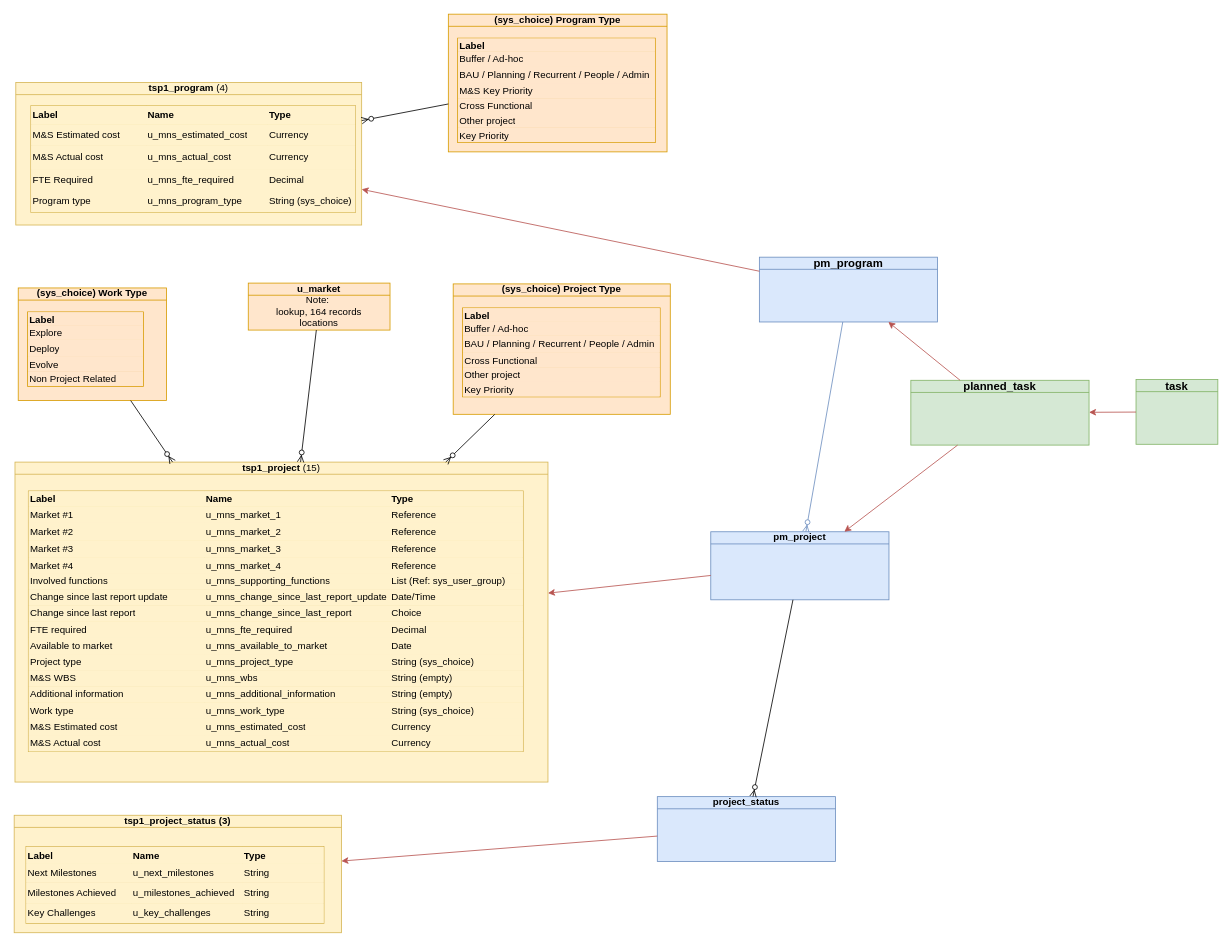
Earlier version of the draw.io diagram page "customColumns" (5 of 13) of JTI.drawio (algimas/tmp). Source tidied: cells renumbered, new cells numbered last; positions are measured from the earlier drawing's top-left corner, leaving out a move shared by most shapes. Both pictures are drawn from the tidied source at 81%, with x=0, y=0 at pixel (14, 14).
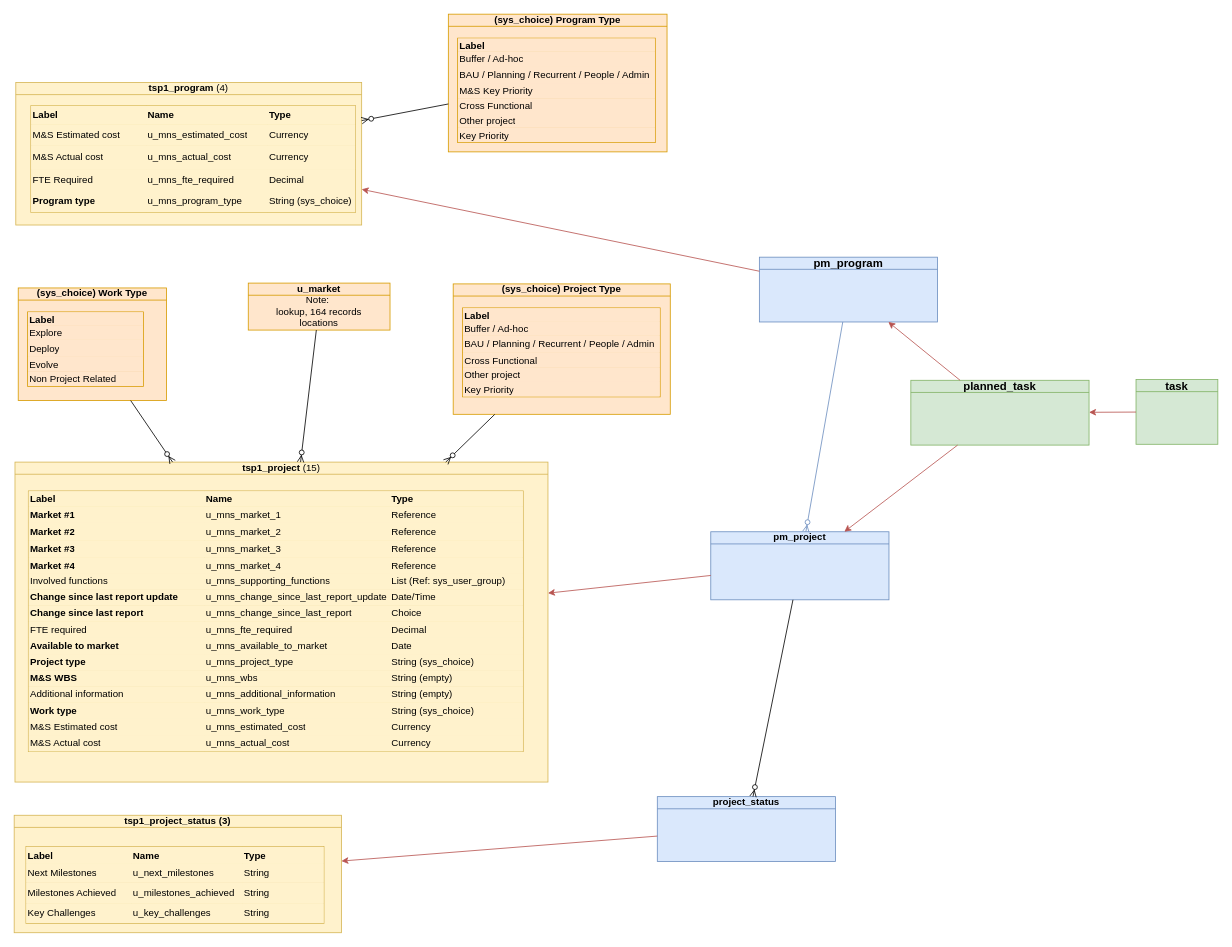
The same page after the edit.

Unchanged cells that the change refers to:
```xml
<mxCell id="23" style="shape=tableRow;horizontal=0;startSize=0;swimlaneHead=0;swimlaneBody=0;top=0;left=0;bottom=0;right=0;fillColor=#fff2cc;strokeColor=#d6b656;" parent="18" vertex="1">
  <mxGeometry y="19" width="610" height="19" as="geometry" />
</mxCell>
<mxCell id="27" style="shape=tableRow;horizontal=0;startSize=0;swimlaneHead=0;swimlaneBody=0;top=0;left=0;bottom=0;right=0;fillColor=#fff2cc;strokeColor=#d6b656;" parent="18" vertex="1">
  <mxGeometry y="38" width="610" height="23" as="geometry" />
</mxCell>
<mxCell id="31" style="shape=tableRow;horizontal=0;startSize=0;swimlaneHead=0;swimlaneBody=0;top=0;left=0;bottom=0;right=0;fillColor=#fff2cc;strokeColor=#d6b656;" parent="18" vertex="1">
  <mxGeometry y="61" width="610" height="21" as="geometry" />
</mxCell>
<mxCell id="35" style="shape=tableRow;horizontal=0;startSize=0;swimlaneHead=0;swimlaneBody=0;top=0;left=0;bottom=0;right=0;fillColor=#fff2cc;strokeColor=#d6b656;" parent="18" vertex="1">
  <mxGeometry y="82" width="610" height="19" as="geometry" />
</mxCell>
<mxCell id="43" style="shape=tableRow;horizontal=0;startSize=0;swimlaneHead=0;swimlaneBody=0;top=0;left=0;bottom=0;right=0;fillColor=#fff2cc;strokeColor=#d6b656;" parent="18" vertex="1">
  <mxGeometry y="121" width="610" height="20" as="geometry" />
</mxCell>
<mxCell id="47" style="shape=tableRow;horizontal=0;startSize=0;swimlaneHead=0;swimlaneBody=0;top=0;left=0;bottom=0;right=0;fillColor=#fff2cc;strokeColor=#d6b656;" parent="18" vertex="1">
  <mxGeometry y="141" width="610" height="20" as="geometry" />
</mxCell>
<mxCell id="55" style="shape=tableRow;horizontal=0;startSize=0;swimlaneHead=0;swimlaneBody=0;top=0;left=0;bottom=0;right=0;fillColor=#fff2cc;strokeColor=#d6b656;" parent="18" vertex="1">
  <mxGeometry y="181" width="610" height="20" as="geometry" />
</mxCell>
<mxCell id="59" style="shape=tableRow;horizontal=0;startSize=0;swimlaneHead=0;swimlaneBody=0;top=0;left=0;bottom=0;right=0;fillColor=#fff2cc;strokeColor=#d6b656;" parent="18" vertex="1">
  <mxGeometry y="201" width="610" height="20" as="geometry" />
</mxCell>
<mxCell id="63" style="shape=tableRow;horizontal=0;startSize=0;swimlaneHead=0;swimlaneBody=0;top=0;left=0;bottom=0;right=0;fillColor=#fff2cc;strokeColor=#d6b656;" parent="18" vertex="1">
  <mxGeometry y="221" width="610" height="20" as="geometry" />
</mxCell>
<mxCell id="71" style="shape=tableRow;horizontal=0;startSize=0;swimlaneHead=0;swimlaneBody=0;top=0;left=0;bottom=0;right=0;fillColor=#fff2cc;strokeColor=#d6b656;" parent="18" vertex="1">
  <mxGeometry y="261" width="610" height="20" as="geometry" />
</mxCell>
<mxCell id="100" style="shape=tableRow;horizontal=0;startSize=0;swimlaneHead=0;swimlaneBody=0;top=0;left=0;bottom=0;right=0;fillColor=#fff2cc;strokeColor=#d6b656;" parent="83" vertex="1">
  <mxGeometry y="105" width="400" height="26" as="geometry" />
</mxCell>
```

Change to the diagram source:
```diff
@@
-    <mxCell id="24" value="Market #1" style="shape=partialRectangle;html=1;whiteSpace=wrap;fillColor=#fff2cc;top=0;left=0;bottom=0;right=0;overflow=hidden;strokeColor=#d6b656;align=left;" parent="23" vertex="1">
+    <mxCell id="24" value="Market #1" style="shape=partialRectangle;html=1;whiteSpace=wrap;fillColor=#fff2cc;top=0;left=0;bottom=0;right=0;overflow=hidden;strokeColor=#d6b656;align=left;fontStyle=1;" parent="23" vertex="1">
       <mxGeometry width="217" height="19" as="geometry" />
     </mxCell>
@@
-    <mxCell id="28" value="Market #2" style="shape=partialRectangle;html=1;whiteSpace=wrap;fillColor=#fff2cc;top=0;left=0;bottom=0;right=0;overflow=hidden;strokeColor=#d6b656;align=left;" parent="27" vertex="1">
+    <mxCell id="28" value="Market #2" style="shape=partialRectangle;html=1;whiteSpace=wrap;fillColor=#fff2cc;top=0;left=0;bottom=0;right=0;overflow=hidden;strokeColor=#d6b656;align=left;fontStyle=1;" parent="27" vertex="1">
       <mxGeometry width="217" height="23" as="geometry" />
     </mxCell>
@@
-    <mxCell id="32" value="Market #3" style="shape=partialRectangle;html=1;whiteSpace=wrap;fillColor=#fff2cc;top=0;left=0;bottom=0;right=0;overflow=hidden;strokeColor=#d6b656;align=left;" parent="31" vertex="1">
+    <mxCell id="32" value="Market #3" style="shape=partialRectangle;html=1;whiteSpace=wrap;fillColor=#fff2cc;top=0;left=0;bottom=0;right=0;overflow=hidden;strokeColor=#d6b656;align=left;fontStyle=1;" parent="31" vertex="1">
       <mxGeometry width="217" height="21" as="geometry" />
     </mxCell>
@@
-    <mxCell id="36" value="Market #4" style="shape=partialRectangle;html=1;whiteSpace=wrap;fillColor=#fff2cc;top=0;left=0;bottom=0;right=0;overflow=hidden;strokeColor=#d6b656;align=left;" parent="35" vertex="1">
+    <mxCell id="36" value="Market #4" style="shape=partialRectangle;html=1;whiteSpace=wrap;fillColor=#fff2cc;top=0;left=0;bottom=0;right=0;overflow=hidden;strokeColor=#d6b656;align=left;fontStyle=1;" parent="35" vertex="1">
       <mxGeometry width="217" height="19" as="geometry" />
     </mxCell>
@@
-    <mxCell id="44" value="Change since last report update&lt;span style=&quot;white-space:pre&quot; class=&quot;Apple-tab-span&quot;&gt;&#9;&lt;/span&gt;" style="shape=partialRectangle;html=1;whiteSpace=wrap;fillColor=#fff2cc;top=0;left=0;bottom=0;right=0;overflow=hidden;strokeColor=#d6b656;align=left;" parent="43" vertex="1">
+    <mxCell id="44" value="Change since last report update&lt;span class=&quot;Apple-tab-span&quot; style=&quot;white-space:pre&quot;&gt;&#9;&lt;/span&gt;" style="shape=partialRectangle;html=1;whiteSpace=wrap;fillColor=#fff2cc;top=0;left=0;bottom=0;right=0;overflow=hidden;strokeColor=#d6b656;align=left;fontStyle=1;" parent="43" vertex="1">
       <mxGeometry width="217" height="20" as="geometry" />
     </mxCell>
@@
-    <mxCell id="48" value="Change since last report" style="shape=partialRectangle;html=1;whiteSpace=wrap;fillColor=#fff2cc;top=0;left=0;bottom=0;right=0;overflow=hidden;strokeColor=#d6b656;align=left;" parent="47" vertex="1">
+    <mxCell id="48" value="Change since last report" style="shape=partialRectangle;html=1;whiteSpace=wrap;fillColor=#fff2cc;top=0;left=0;bottom=0;right=0;overflow=hidden;strokeColor=#d6b656;align=left;fontStyle=1;" parent="47" vertex="1">
       <mxGeometry width="217" height="20" as="geometry" />
     </mxCell>
@@
-    <mxCell id="56" value="Available to market" style="shape=partialRectangle;html=1;whiteSpace=wrap;fillColor=#fff2cc;top=0;left=0;bottom=0;right=0;overflow=hidden;strokeColor=#d6b656;align=left;" parent="55" vertex="1">
+    <mxCell id="56" value="Available to market" style="shape=partialRectangle;html=1;whiteSpace=wrap;fillColor=#fff2cc;top=0;left=0;bottom=0;right=0;overflow=hidden;strokeColor=#d6b656;align=left;fontStyle=1;" parent="55" vertex="1">
       <mxGeometry width="217" height="20" as="geometry" />
     </mxCell>
@@
-    <mxCell id="60" value="Project type" style="shape=partialRectangle;html=1;whiteSpace=wrap;fillColor=#fff2cc;top=0;left=0;bottom=0;right=0;overflow=hidden;strokeColor=#d6b656;align=left;" parent="59" vertex="1">
+    <mxCell id="60" value="Project type" style="shape=partialRectangle;html=1;whiteSpace=wrap;fillColor=#fff2cc;top=0;left=0;bottom=0;right=0;overflow=hidden;strokeColor=#d6b656;align=left;fontStyle=1;" parent="59" vertex="1">
       <mxGeometry width="217" height="20" as="geometry" />
     </mxCell>
@@
-    <mxCell id="64" value="M&amp;amp;S WBS" style="shape=partialRectangle;html=1;whiteSpace=wrap;fillColor=#fff2cc;top=0;left=0;bottom=0;right=0;overflow=hidden;strokeColor=#d6b656;align=left;" parent="63" vertex="1">
+    <mxCell id="64" value="M&amp;amp;S WBS" style="shape=partialRectangle;html=1;whiteSpace=wrap;fillColor=#fff2cc;top=0;left=0;bottom=0;right=0;overflow=hidden;strokeColor=#d6b656;align=left;fontStyle=1;" parent="63" vertex="1">
       <mxGeometry width="217" height="20" as="geometry" />
     </mxCell>
@@
-    <mxCell id="72" value="Work type" style="shape=partialRectangle;html=1;whiteSpace=wrap;fillColor=#fff2cc;top=0;left=0;bottom=0;right=0;overflow=hidden;strokeColor=#d6b656;align=left;" parent="71" vertex="1">
+    <mxCell id="72" value="Work type" style="shape=partialRectangle;html=1;whiteSpace=wrap;fillColor=#fff2cc;top=0;left=0;bottom=0;right=0;overflow=hidden;strokeColor=#d6b656;align=left;fontStyle=1;" parent="71" vertex="1">
       <mxGeometry width="217" height="20" as="geometry" />
     </mxCell>
@@
-    <mxCell id="101" value="Program type" style="shape=partialRectangle;html=1;whiteSpace=wrap;fillColor=#fff2cc;top=0;left=0;bottom=0;right=0;overflow=hidden;strokeColor=#d6b656;align=left;" parent="100" vertex="1">
+    <mxCell id="101" value="&lt;b&gt;Program type&lt;/b&gt;" style="shape=partialRectangle;html=1;whiteSpace=wrap;fillColor=#fff2cc;top=0;left=0;bottom=0;right=0;overflow=hidden;strokeColor=#d6b656;align=left;" parent="100" vertex="1">
       <mxGeometry width="142" height="26" as="geometry" />
     </mxCell>
```
